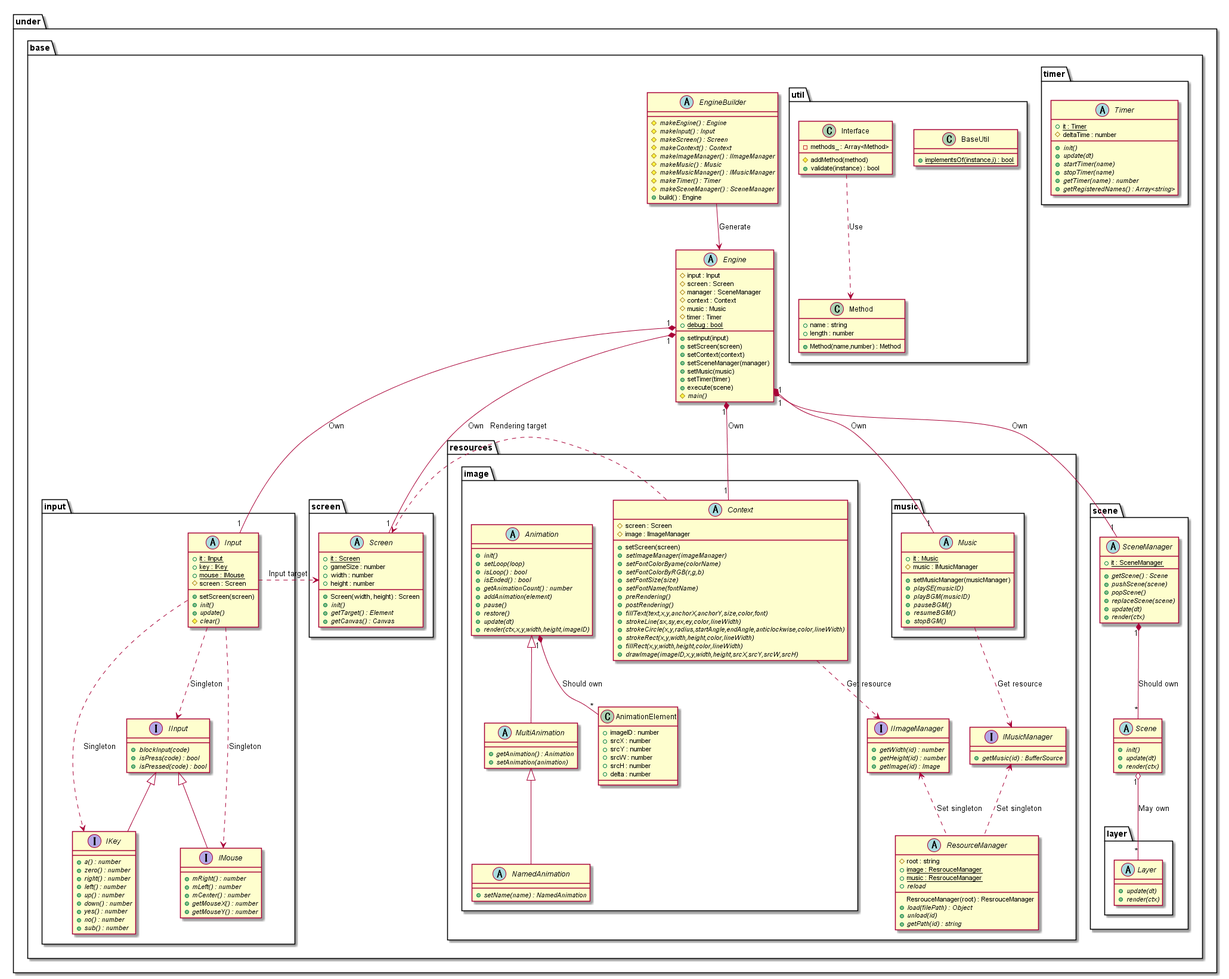
This is out/uml/gamebase/Base/GameBaseBase.png from Expine/Under, a PlantUML export, as it was before one commit.
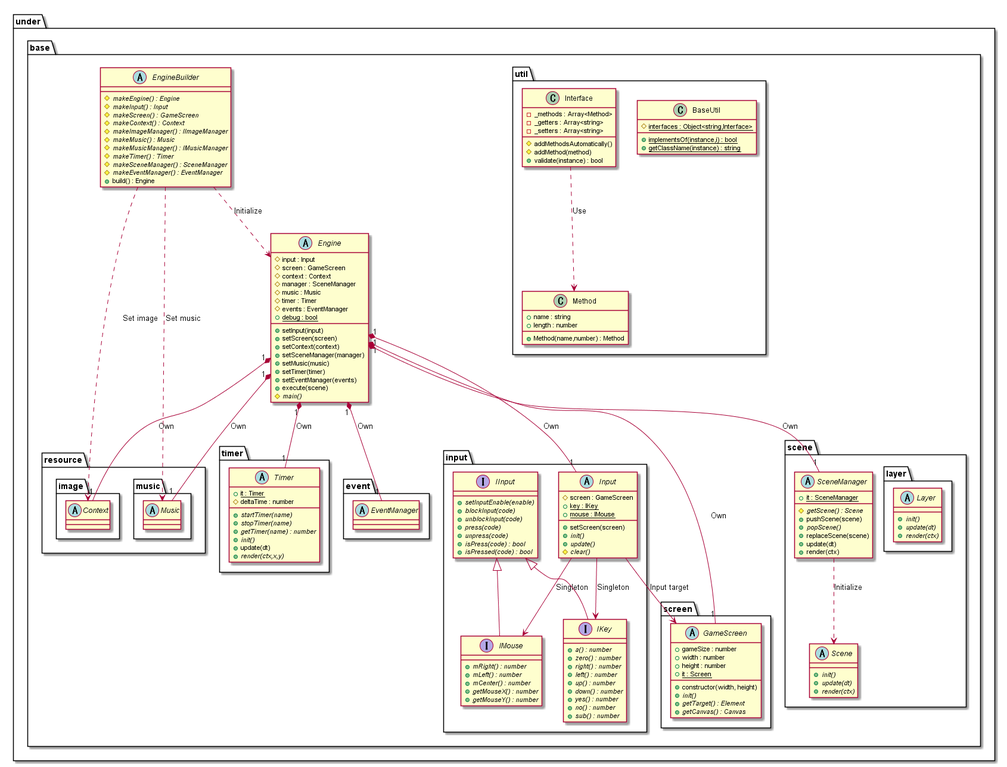
The same file after the commit.

Change to the diagram source:
```diff
@@ -5,39 +5,41 @@
         abstract EngineBuilder {
             {abstract} #makeEngine() : Engine
             {abstract} #makeInput() : Input
-            {abstract} #makeScreen() : Screen
+            {abstract} #makeScreen() : GameScreen
             {abstract} #makeContext() : Context
             {abstract} #makeImageManager() : IImageManager
             {abstract} #makeMusic() : Music
             {abstract} #makeMusicManager() : IMusicManager
             {abstract} #makeTimer() : Timer
             {abstract} #makeSceneManager() : SceneManager
+            {abstract} #makeEventManager() : EventManager
             +build() : Engine
         }
         abstract Engine {
             #input : Input
-            #screen : Screen
+            #screen : GameScreen
+            #context : Context
             #manager : SceneManager
-            #context : Context
             #music : Music
             #timer : Timer
+            #events : EventManager
+            {static} +debug : bool
             +setInput(input)
             +setScreen(screen)
             +setContext(context)
             +setSceneManager(manager)
             +setMusic(music)
             +setTimer(timer)
+            +setEventManager(events)
             +execute(scene)
-            {static} +debug : bool
             {abstract} #main()
         }
 
         package input {
             abstract Input {
-                {static} +it : IInput
+                #screen : GameScreen
                 {static} +key : IKey
                 {static} +mouse : IMouse
-                #screen : Screen
                 +setScreen(screen)
                 {abstract} +init()
                 {abstract} +update()
@@ -45,7 +47,11 @@
             }
 
             interface IInput {
+                {abstract} +setInputEnable(enable)
                 {abstract} +blockInput(code)
+                {abstract} +unblockInput(code)
+                {abstract} +press(code)
+                {abstract} +unpress(code)
                 {abstract} +isPress(code) : bool
                 {abstract} +isPressed(code) : bool
             }
@@ -72,110 +78,27 @@
         }
 
         package screen {
-            abstract Screen {
-                +Screen(width, height) : Screen
-                {static} +it : Screen
+            abstract GameScreen {
+                +constructor(width, height)
                 +gameSize : number
                 +width : number
                 +height : number
+                {static} +it : Screen
                 {abstract} +init()
                 {abstract} +getTarget() : Element
                 {abstract} +getCanvas() : Canvas
             }
         }
 
-        package resources {
-            abstract ResourceManager {
-                ResrouceManager(root) : ResrouceManager
-                #root : string
-                {static} +image : ResrouceManager
-                {static} +music : ResrouceManager
-                {abstract} +load(filePath) : Object
-                {abstract} +unload(id)
-                {abstract} +reload
-                {abstract} +getPath(id) : string
-            }
-            interface IImageManager {
-                {abstract} +getWidth(id) : number
-                {abstract} +getHeight(id) : number
-                {abstract} +getImage(id) : Image
-            }
-            interface IMusicManager {
-                {abstract} +getMusic(id) : BufferSource
-            }
-
-            package music {
-                abstract Music {
-                    {static} +it : Music
-                    #music : IMusicManager
-                    +setMusicManager(musicManager)
-                    {abstract} +playSE(musicID)
-                    {abstract} +playBGM(musicID)
-                    {abstract} +pauseBGM()
-                    {abstract} +resumeBGM()
-                    {abstract} +stopBGM()
-                }
-            }
-
-            package image {
-                abstract Context {
-                    #screen : Screen
-                    #image : IImageManager
-                    +setScreen(screen)
-                    {abstract} +setImageManager(imageManager)
-                    {abstract} +setFontColorByame(colorName)
-                    {abstract} +setFontColorByRGB(r,g,b)
-                    {abstract} +setFontSize(size)
-                    {abstract} +setFontName(fontName)
-                    {abstract} +preRendering()
-                    {abstract} +postRendering()
-                    {abstract} +fillText(text,x,y,anchorX,anchorY,size,color,font)
-                    {abstract} +strokeLine(sx,sy,ex,ey,color,lineWidth)
-                    {abstract} +strokeCircle(x,y,radius,startAngle,endAngle,anticlockwise,color,lineWidth)
-                    {abstract} +strokeRect(x,y,width,height,color,lineWidth)
-                    {abstract} +fillRect(x,y,width,height,color,lineWidth)
-                    {abstract} +drawImage(imageID,x,y,width,height,srcX,srcY,srcW,srcH)
-                }
-
-                abstract Animation {
-                    {abstract} +init()
-                    {abstract} +setLoop(loop)
-                    {abstract} +isLoop() : bool
-                    {abstract} +isEnded() : bool
-                    {abstract} +getAnimationCount() : number
-                    {abstract} +addAnimation(element)
-                    {abstract} +pause()
-                    {abstract} +restore()
-                    {abstract} +update(dt)
-                    {abstract} +render(ctx,x,y,width,height,imageID)
-                }
-                abstract MultiAnimation {
-                    {abstract} +getAnimation() : Animation
-                    {abstract} +setAnimation(animation)
-                }
-                abstract NamedAnimation {
-                    {abstract} +setName(name) : NamedAnimation
-                }
-                class AnimationElement {
-                    +imageID : number
-                    +srcX : number
-                    +srcY : number
-                    +srcW : number
-                    +srcH : number
-                    +delta : number
-                }
-            }
-        }
-
         package scene {
             abstract SceneManager {
                 {static} +it : SceneManager
-                {abstract} +getScene() : Scene
-                {abstract} +pushScene(scene)
+                {abstract} #getScene() : Scene
+                +pushScene(scene)
                 {abstract} +popScene()
-                {abstract} +replaceScene(scene)
-                {abstract} +update(dt)
-                {abstract} +render(ctx)
+                +replaceScene(scene)
+                +update(dt)
+                +render(ctx)
             }
             abstract Scene {
                 {abstract} +init()
@@ -185,6 +108,7 @@
 
             package layer {
                 abstract Layer {
+                    {abstract} +init()
                     {abstract} +update(dt)
                     {abstract} +render(ctx)
                 }
@@ -195,21 +119,26 @@
             abstract Timer {
                 {static} +it : Timer
                 #deltaTime : number
-                {abstract} +init()
-                {abstract} +update(dt)
                 {abstract} +startTimer(name)
                 {abstract} +stopTimer(name)
                 {abstract} +getTimer(name) : number
-                {abstract} +getRegisteredNames() : Array<string>
+                {abstract} +init()
+                +update(dt)
+                {abstract} +render(ctx,x,y)
             }
         }
 
         package util {
             class BaseUtil {
+                {static} #interfaces : Object<string,Interface>
                 {static} +implementsOf(instance,i) : bool
+                {static} +getClassName(instance) : string
             }
             class Interface {
-                -methods_ : Array<Method>
+                -_methods : Array<Method>
+                -_getters : Array<string>
+                -_setters : Array<string>
+                #addMethodsAutomatically()
                 #addMethod(method)
                 +validate(instance) : bool
             }
@@ -222,36 +151,44 @@
     }
 }
 
-EngineBuilder --> Engine : Generate
-Engine "1"*-- "1" Screen : Own
+package under {
+    package base {
+        package resource {
+            package music {
+                abstract Music
+            }
+            package image {
+                abstract Context
+            }
+        }
+
+        package event {
+            abstract EventManager
+        }
+    }
+}
+
+EngineBuilder ..> Engine : Initialize
+EngineBuilder ..> Context : Set image
+EngineBuilder ..> Music : Set music
 Engine "1"*-- "1" Input : Own
+Engine "1"*-- "1" GameScreen : Own
+Engine "1"*-- "1" Context : Own
 Engine "1"*-- "1" SceneManager : Own
-Engine "1"*-- "1" Context : Own
 Engine "1"*-- "1" Music : Own
+Engine "1"*-- "1" Timer : Own
+Engine "1"*-- "1" EventManager : Own
 
-Input .> Screen : Input target
-Context .> Screen : Rendering target
+Input --> GameScreen : Input target
 
-Input ..> IInput : Singleton
-Input ..> IKey : Singleton
-Input ..> IMouse : Singleton
+Input --> IKey : Singleton
+Input --> IMouse : Singleton
 
-Context ..> IImageManager : Get resource
-Music ..> IMusicManager : Get resource
-IImageManager <.. ResourceManager : Set singleton
-IMusicManager <.. ResourceManager : Set singleton
+SceneManager ..> Scene : Initialize
 
-SceneManager "1"*--"*" Scene : Should own
-Scene "1" o--"*" Layer : May own
-
-Animation "1"*--"*"AnimationElement : Should own
+Interface ..> Method : Use
 
 IInput <|-- IKey
 IInput <|-- IMouse
 
-Animation <|-- MultiAnimation
-MultiAnimation <|-- NamedAnimation
-
-Interface ..> Method : Use
-
 @enduml
```
